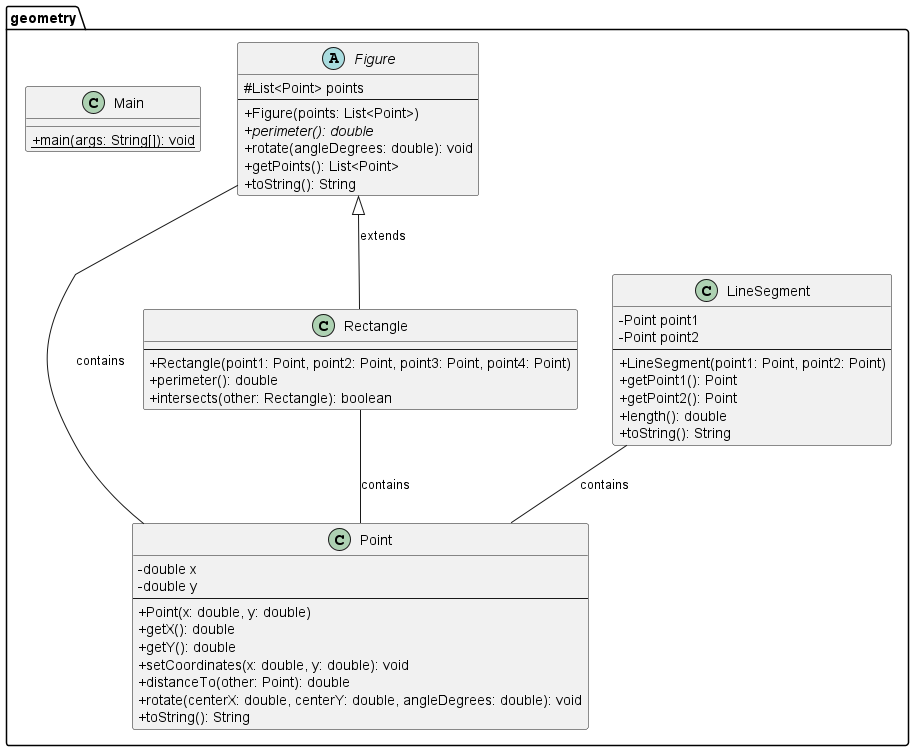
This is out/src/Work/Work.png from Andvl07/test-work, a PlantUML export, as it was before one commit.
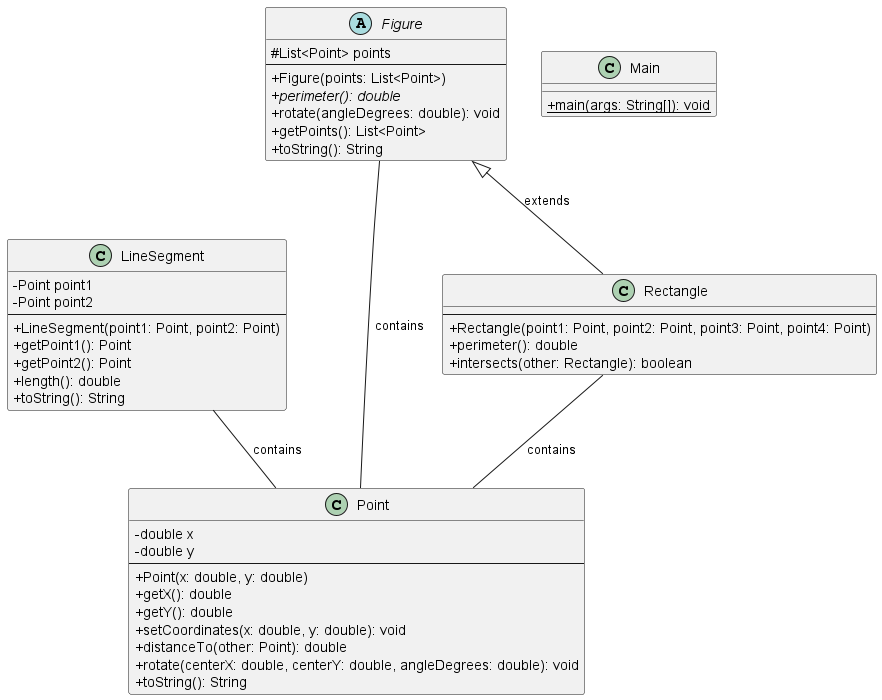
The same file after the commit.

Commit message:
Убрал из диаграммы лишний пакет

Diff of the diagram source:
```diff
@@ -1,7 +1,6 @@
 @startuml
 skinparam classAttributeIconSize 0
 
-package geometry {
 
   class Point {
     - double x
@@ -53,6 +52,6 @@
   Figure <|-- Rectangle : extends
   Rectangle -- Point : contains
   Figure -- Point : contains
-}
+
 
 @enduml
```
